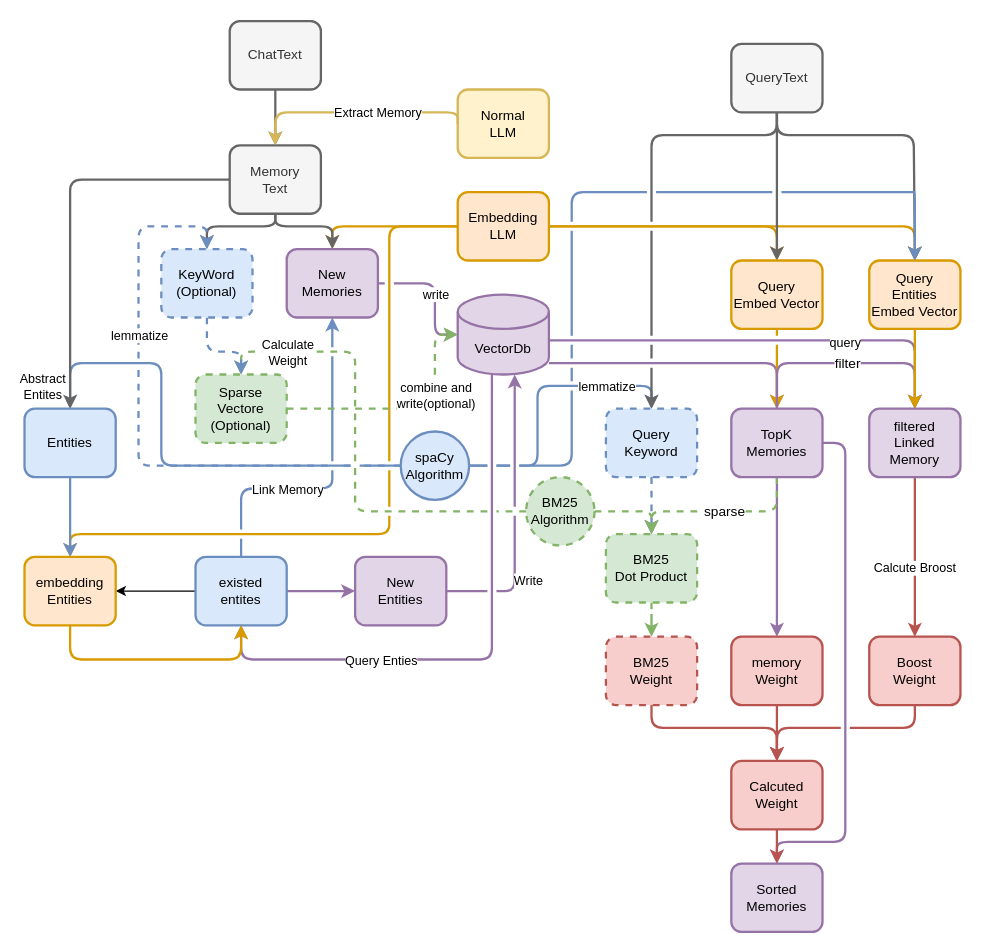
This is mem0思维链.drawio from Chrischenny/drawio, a draw.io file, before an edit. Source tidied: cells renumbered, new cells numbered last; positions are measured from the earlier drawing's top-left corner, leaving out a move shared by most shapes. Both pictures are drawn from the tidied source at 114%, with x=0, y=0 at pixel (24, 21).
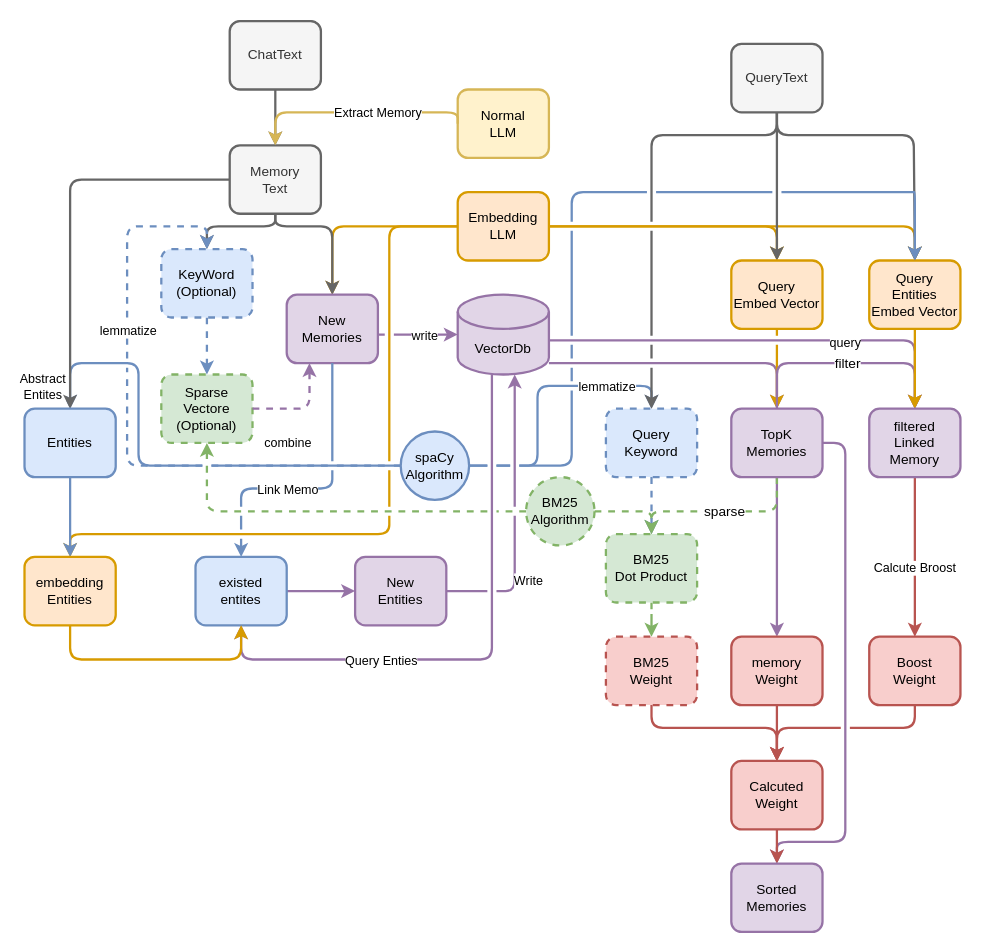
Above is the later version.

Commit message (it also covers changes not shown here):
更新mem0思维链.drawio

Unchanged cells that the change refers to:
```xml
<mxCell id="7" value="BM25&lt;br&gt;Algorithm" style="ellipse;whiteSpace=wrap;html=1;fillColor=#d5e8d4;strokeColor=#82b366;strokeWidth=2;dashed=1;" parent="1" vertex="1">
  <mxGeometry x="440" y="400" width="60" height="60" as="geometry" />
</mxCell>
<mxCell id="25" value="Entities" style="rounded=1;whiteSpace=wrap;html=1;fillColor=#dae8fc;strokeColor=#6c8ebf;strokeWidth=2;" parent="1" vertex="1">
  <mxGeometry y="340" width="80" height="60" as="geometry" />
</mxCell>
<mxCell id="36" value="existed&lt;div&gt;entites&lt;/div&gt;" style="rounded=1;whiteSpace=wrap;html=1;fillColor=#dae8fc;strokeColor=#6c8ebf;strokeWidth=2;" parent="1" vertex="1">
  <mxGeometry x="150" y="470" width="80" height="60" as="geometry" />
</mxCell>
<mxCell id="40" value="VectorDb" style="shape=cylinder3;whiteSpace=wrap;html=1;boundedLbl=1;backgroundOutline=1;size=15;fillColor=#e1d5e7;strokeColor=#9673a6;strokeWidth=2;" parent="1" vertex="1">
  <mxGeometry x="380" y="240" width="80" height="70" as="geometry" />
</mxCell>
<mxCell id="45" value="spaCy&lt;br&gt;Algorithm" style="ellipse;whiteSpace=wrap;html=1;fillColor=#dae8fc;strokeColor=#6c8ebf;strokeWidth=2;" parent="1" vertex="1">
  <mxGeometry x="330" y="360" width="60" height="60" as="geometry" />
</mxCell>
<mxCell id="76" value="KeyWord&lt;div&gt;(Optional)&lt;/div&gt;" style="rounded=1;whiteSpace=wrap;html=1;fillColor=#dae8fc;strokeColor=#6c8ebf;strokeWidth=2;dashed=1;" parent="1" vertex="1">
  <mxGeometry x="120" y="200" width="80" height="60" as="geometry" />
</mxCell>
<mxCell id="81" value="embedding&lt;div&gt;Entities&lt;/div&gt;" style="rounded=1;whiteSpace=wrap;html=1;fillColor=#ffe6cc;strokeColor=#d79b00;strokeWidth=2;" parent="1" vertex="1">
  <mxGeometry y="470" width="80" height="60" as="geometry" />
</mxCell>
```

Change to the diagram source:
```diff
@@
-    <mxCell id="5" style="edgeStyle=orthogonalEdgeStyle;rounded=1;jettySize=auto;html=1;entryX=0.5;entryY=0;entryDx=0;entryDy=0;curved=0;jumpStyle=gap;fillColor=#d5e8d4;strokeColor=#82b366;strokeWidth=2;dashed=1;" parent="1" edge="1" source="7" target="74">
+    <mxCell id="5" style="edgeStyle=orthogonalEdgeStyle;rounded=1;jettySize=auto;html=1;entryX=0.5;entryY=1;entryDx=0;entryDy=0;curved=0;jumpStyle=gap;fillColor=#d5e8d4;strokeColor=#82b366;strokeWidth=2;dashed=1;" parent="1" edge="1" source="7" target="74">
       <mxGeometry relative="1" as="geometry">
         <Array as="points">
-          <mxPoint x="290" y="430" />
-          <mxPoint x="290" y="290" />
-          <mxPoint x="190" y="290" />
+          <mxPoint x="160" y="430" />
         </Array>
       </mxGeometry>
     </mxCell>
-    <mxCell id="6" value="Calculate&lt;div&gt;Weight&lt;/div&gt;" style="edgeLabel;html=1;align=center;verticalAlign=middle;" parent="5" vertex="1">
-      <mxGeometry x="0.7" y="1" relative="1" as="geometry">
-        <mxPoint x="-1" y="-1" as="offset" />
-      </mxGeometry>
-    </mxCell>
@@
     <mxCell id="8" style="edgeStyle=orthogonalEdgeStyle;rounded=1;jettySize=auto;html=1;entryX=0.5;entryY=0;entryDx=0;entryDy=0;curved=0;jumpStyle=gap;fillColor=#dae8fc;strokeColor=#6c8ebf;strokeWidth=2;" parent="1" edge="1" source="45" target="25">
       <mxGeometry relative="1" as="geometry">
         <Array as="points">
-          <mxPoint x="120" y="390" />
-          <mxPoint x="120" y="300" />
+          <mxPoint x="100" y="390" />
+          <mxPoint x="100" y="300" />
           <mxPoint x="40" y="300" />
         </Array>
       </mxGeometry>
     </mxCell>
@@
     <mxCell id="26" value="New&lt;div&gt;Memories&lt;/div&gt;" style="rounded=1;whiteSpace=wrap;html=1;strokeWidth=2;fillColor=#e1d5e7;strokeColor=#9673a6;" parent="1" vertex="1">
-      <mxGeometry x="230" y="200" width="80" height="60" as="geometry" />
+      <mxGeometry x="230" y="240" width="80" height="60" as="geometry" />
     </mxCell>
@@
     <mxCell id="30" style="edgeStyle=orthogonalEdgeStyle;rounded=1;jettySize=auto;html=1;entryX=0;entryY=0.5;entryDx=0;entryDy=0;entryPerimeter=0;curved=0;jumpStyle=gap;strokeWidth=2;fillColor=#e1d5e7;strokeColor=#9673a6;" parent="1" edge="1" source="26" target="40">
       <mxGeometry relative="1" as="geometry">
         <Array as="points">
-          <mxPoint x="360" y="230" />
-          <mxPoint x="360" y="275" />
+          <mxPoint x="320" y="275" />
+          <mxPoint x="320" y="275" />
         </Array>
       </mxGeometry>
     </mxCell>
     <mxCell id="31" value="write" style="edgeLabel;html=1;align=center;verticalAlign=middle;" parent="30" vertex="1">
       <mxGeometry x="-0.06" relative="1" as="geometry">
-        <mxPoint y="5" as="offset" />
+        <mxPoint x="7" as="offset" />
       </mxGeometry>
     </mxCell>
-    <mxCell id="32" style="edgeStyle=orthogonalEdgeStyle;rounded=1;jettySize=auto;html=1;entryX=0.5;entryY=1;entryDx=0;entryDy=0;jumpStyle=gap;curved=0;fillColor=#dae8fc;strokeColor=#6c8ebf;strokeWidth=2;" parent="1" edge="1" source="36" target="26">
+    <mxCell id="32" style="edgeStyle=orthogonalEdgeStyle;rounded=1;jettySize=auto;html=1;jumpStyle=gap;curved=0;fillColor=#dae8fc;strokeColor=#6c8ebf;strokeWidth=2;exitX=0.5;exitY=1;exitDx=0;exitDy=0;entryX=0.5;entryY=0;entryDx=0;entryDy=0;" parent="1" edge="1" source="26" target="36">
       <mxGeometry relative="1" as="geometry">
         <Array as="points">
+          <mxPoint x="270" y="410" />
           <mxPoint x="190" y="410" />
-          <mxPoint x="270" y="410" />
         </Array>
       </mxGeometry>
     </mxCell>
-    <mxCell id="33" value="&lt;div&gt;&lt;span style=&quot;background-color: light-dark(#ffffff, var(--ge-dark-color, #121212)); color: light-dark(rgb(0, 0, 0), rgb(255, 255, 255));&quot;&gt;Link Memory&lt;/span&gt;&lt;/div&gt;" style="edgeLabel;html=1;align=center;verticalAlign=middle;" parent="32" vertex="1">
+    <mxCell id="33" value="&lt;div&gt;&lt;span style=&quot;background-color: light-dark(#ffffff, var(--ge-dark-color, #121212)); color: light-dark(rgb(0, 0, 0), rgb(255, 255, 255));&quot;&gt;Link Memo&lt;/span&gt;&lt;/div&gt;" style="edgeLabel;html=1;align=center;verticalAlign=middle;" parent="32" vertex="1">
       <mxGeometry x="-0.38" y="-2" relative="1" as="geometry">
-        <mxPoint x="10" y="-2" as="offset" />
+        <mxPoint x="-38" y="32" as="offset" />
       </mxGeometry>
     </mxCell>
@@
-    <mxCell id="35" style="edgeStyle=orthogonalEdgeStyle;rounded=0;jettySize=auto;html=1;" parent="1" edge="1" source="36" target="81">
-      <mxGeometry relative="1" as="geometry" />
-    </mxCell>
@@
     <mxCell id="43" style="edgeStyle=orthogonalEdgeStyle;rounded=1;jettySize=auto;html=1;entryX=0.5;entryY=0;entryDx=0;entryDy=0;curved=0;jumpStyle=gap;fillColor=#dae8fc;strokeColor=#6c8ebf;strokeWidth=2;dashed=1;" parent="1" edge="1" source="45" target="76">
       <mxGeometry relative="1" as="geometry">
         <Array as="points">
-          <mxPoint x="100" y="390" />
-          <mxPoint x="100" y="180" />
+          <mxPoint x="90" y="390" />
+          <mxPoint x="90" y="180" />
           <mxPoint x="160" y="180" />
         </Array>
       </mxGeometry>
     </mxCell>
@@
     <mxCell id="74" value="Sparse&lt;div&gt;Vectore&lt;/div&gt;&lt;div&gt;(Optional)&lt;/div&gt;" style="rounded=1;whiteSpace=wrap;html=1;fillColor=#d5e8d4;strokeColor=#82b366;strokeWidth=2;dashed=1;" parent="1" vertex="1">
-      <mxGeometry x="150" y="310" width="80" height="60" as="geometry" />
+      <mxGeometry x="120" y="310" width="80" height="60" as="geometry" />
     </mxCell>
     <mxCell id="75" style="edgeStyle=orthogonalEdgeStyle;rounded=1;jettySize=auto;html=1;entryX=0.5;entryY=0;entryDx=0;entryDy=0;curved=0;fillColor=#dae8fc;strokeColor=#6c8ebf;strokeWidth=2;dashed=1;exitX=0.5;exitY=1;exitDx=0;exitDy=0;" parent="1" edge="1" source="76" target="74">
       <mxGeometry relative="1" as="geometry">
         <Array as="points">
-          <mxPoint x="160" y="290" />
-          <mxPoint x="190" y="290" />
+          <mxPoint x="160" y="300" />
+          <mxPoint x="160" y="300" />
         </Array>
       </mxGeometry>
     </mxCell>
@@
-    <mxCell id="77" style="edgeStyle=orthogonalEdgeStyle;rounded=1;jettySize=auto;html=1;entryX=0;entryY=0.5;entryDx=0;entryDy=0;entryPerimeter=0;curved=0;fillColor=#d5e8d4;strokeColor=#82b366;strokeWidth=2;dashed=1;" parent="1" edge="1" source="74" target="40">
+    <mxCell id="77" style="edgeStyle=orthogonalEdgeStyle;rounded=1;jettySize=auto;html=1;entryX=0.25;entryY=1;entryDx=0;entryDy=0;curved=0;fillColor=#e1d5e7;strokeColor=#9673a6;strokeWidth=2;dashed=1;" parent="1" edge="1" source="74" target="26">
       <mxGeometry relative="1" as="geometry">
         <Array as="points">
-          <mxPoint x="360" y="340" />
-          <mxPoint x="360" y="275" />
+          <mxPoint x="250" y="340" />
         </Array>
       </mxGeometry>
     </mxCell>
-    <mxCell id="78" value="&lt;div&gt;combine&amp;nbsp;&lt;span style=&quot;background-color: light-dark(#ffffff, var(--ge-dark-color, #121212));&quot;&gt;and&lt;/span&gt;&lt;/div&gt;write(optional)" style="edgeLabel;html=1;align=center;verticalAlign=middle;labelBackgroundColor=default;fontColor=light-dark(#000000,#666666);" parent="77" vertex="1">
+    <mxCell id="78" value="&lt;div&gt;combine&lt;/div&gt;" style="edgeLabel;html=1;align=center;verticalAlign=middle;labelBackgroundColor=default;fontColor=light-dark(#000000,#666666);" parent="77" vertex="1">
       <mxGeometry x="0.41" relative="1" as="geometry">
-        <mxPoint y="10" as="offset" />
+        <mxPoint x="-20" y="42" as="offset" />
       </mxGeometry>
     </mxCell>
```
